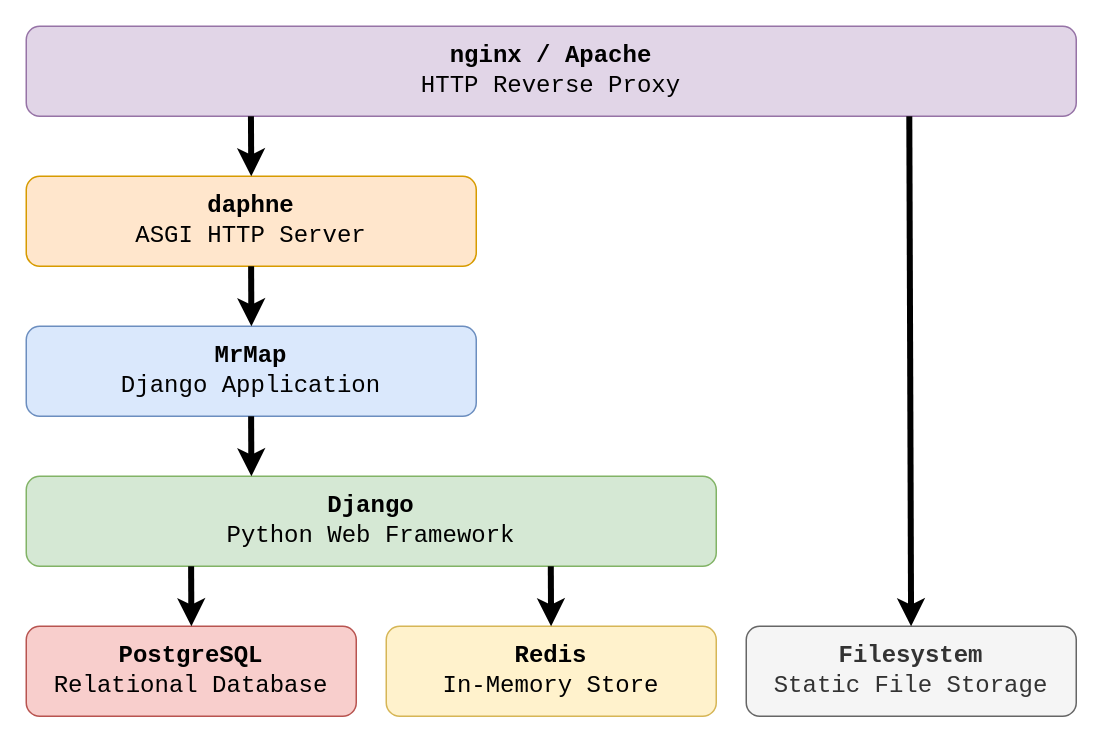
mrmap-community/mrmap keeps this draw.io diagram as docs/source/images/app_stack.drawio. Above is the earlier version. Source tidied: cells renumbered, new cells numbered last; positions are measured from the earlier drawing's top-left corner, leaving out a move shared by most shapes. Both pictures are drawn from the tidied source at 150%, with x=0, y=0 at pixel (26, 26).
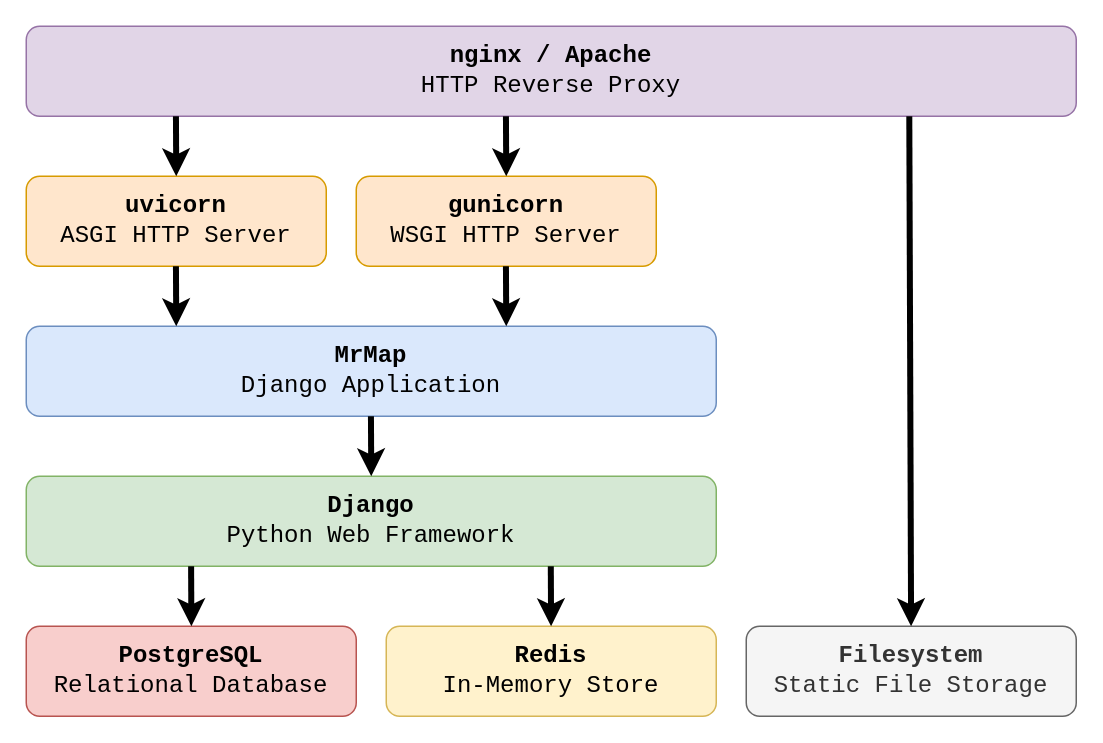
The same diagram, later.

Commit message (it also covers changes not shown here):
update docs for production setup with gunicorn and uvicorn

The change refers to these unchanged cells:
```xml
<mxCell id="2" value="&lt;div style=&quot;font-size: 16px&quot;&gt;&lt;font&gt;&lt;b style=&quot;font-size: 16px&quot;&gt;&lt;font style=&quot;font-size: 16px&quot;&gt;nginx / Apache&lt;/font&gt;&lt;/b&gt;&lt;/font&gt;&lt;/div&gt;&lt;div style=&quot;font-size: 16px&quot;&gt;&lt;font style=&quot;font-size: 16px&quot;&gt;HTTP Reverse Proxy&lt;br style=&quot;font-size: 16px&quot;&gt;&lt;/font&gt;&lt;/div&gt;" style="rounded=1;whiteSpace=wrap;html=1;fillColor=#e1d5e7;strokeColor=#9673a6;fontFamily=Courier New;fontSize=16;" parent="1" vertex="1">
  <mxGeometry width="700" height="60" as="geometry" />
</mxCell>
```

What changed in the source:
```diff
@@
-    <mxCell id="3" value="&lt;div style=&quot;font-size: 16px&quot;&gt;&lt;b&gt;daphne&lt;/b&gt;&lt;/div&gt;&lt;div style=&quot;font-size: 16px&quot;&gt;&lt;font&gt;ASGI HTTP Server&lt;/font&gt;&lt;font style=&quot;font-size: 16px&quot;&gt;&lt;br style=&quot;font-size: 16px&quot;&gt;&lt;/font&gt;&lt;/div&gt;" style="rounded=1;whiteSpace=wrap;html=1;fillColor=#ffe6cc;strokeColor=#d79b00;fontFamily=Courier New;fontSize=16;" parent="1" vertex="1">
-      <mxGeometry y="100" width="300" height="60" as="geometry" />
+    <mxCell id="3" value="&lt;div style=&quot;font-size: 16px&quot;&gt;&lt;span&gt;&lt;b&gt;uvicorn&lt;/b&gt;&lt;/span&gt;&lt;/div&gt;&lt;div style=&quot;font-size: 16px&quot;&gt;&lt;span&gt;ASGI HTTP Server&lt;/span&gt;&lt;br&gt;&lt;/div&gt;" style="rounded=1;whiteSpace=wrap;html=1;fillColor=#ffe6cc;strokeColor=#d79b00;fontFamily=Courier New;fontSize=16;" parent="1" vertex="1">
+      <mxGeometry y="100" width="200" height="60" as="geometry" />
     </mxCell>
     <mxCell id="4" value="&lt;div style=&quot;font-size: 16px&quot;&gt;&lt;b&gt;MrMap&lt;/b&gt;&lt;/div&gt;&lt;div style=&quot;font-size: 16px&quot;&gt;&lt;font&gt;Django Application&lt;/font&gt;&lt;font style=&quot;font-size: 16px&quot;&gt;&lt;br style=&quot;font-size: 16px&quot;&gt;&lt;/font&gt;&lt;/div&gt;" style="rounded=1;whiteSpace=wrap;html=1;fillColor=#dae8fc;strokeColor=#6c8ebf;fontFamily=Courier New;fontSize=16;" parent="1" vertex="1">
-      <mxGeometry y="200" width="300" height="60" as="geometry" />
+      <mxGeometry y="200" width="460" height="60" as="geometry" />
     </mxCell>
@@
-    <mxCell id="9" style="endArrow=classic;html=1;fontFamily=Verdana;fontSize=16;entryX=0.5;entryY=0;entryDx=0;entryDy=0;exitX=0.214;exitY=1;exitDx=0;exitDy=0;exitPerimeter=0;strokeWidth=4;" parent="1" edge="1" source="2" target="3">
-      <mxGeometry relative="1" as="geometry" />
-    </mxCell>
     <mxCell id="10" style="endArrow=classic;html=1;fontFamily=Verdana;fontSize=16;entryX=0.5;entryY=0;entryDx=0;entryDy=0;exitX=0.214;exitY=1;exitDx=0;exitDy=0;exitPerimeter=0;strokeWidth=4;" parent="1" edge="1">
       <mxGeometry relative="1" as="geometry">
-        <mxPoint x="149.9" y="160" as="sourcePoint" />
-        <mxPoint x="150.1" y="200" as="targetPoint" />
+        <mxPoint x="99.8" y="160" as="sourcePoint" />
+        <mxPoint x="100" y="200" as="targetPoint" />
       </mxGeometry>
     </mxCell>
     <mxCell id="11" style="endArrow=classic;html=1;fontFamily=Verdana;fontSize=16;entryX=0.5;entryY=0;entryDx=0;entryDy=0;exitX=0.214;exitY=1;exitDx=0;exitDy=0;exitPerimeter=0;strokeWidth=4;" parent="1" edge="1">
       <mxGeometry relative="1" as="geometry">
-        <mxPoint x="149.9" y="260" as="sourcePoint" />
-        <mxPoint x="150.1" y="300" as="targetPoint" />
+        <mxPoint x="229.8" y="260" as="sourcePoint" />
+        <mxPoint x="230" y="300" as="targetPoint" />
       </mxGeometry>
     </mxCell>
@@
+    <mxCell id="15" value="&lt;div style=&quot;font-size: 16px&quot;&gt;&lt;b&gt;gunicorn&lt;/b&gt;&lt;/div&gt;&lt;div style=&quot;font-size: 16px&quot;&gt;&lt;font&gt;WSGI HTTP Server&lt;/font&gt;&lt;font style=&quot;font-size: 16px&quot;&gt;&lt;br style=&quot;font-size: 16px&quot;&gt;&lt;/font&gt;&lt;/div&gt;" style="rounded=1;whiteSpace=wrap;html=1;fillColor=#ffe6cc;strokeColor=#d79b00;fontFamily=Courier New;fontSize=16;" parent="1" vertex="1">
+      <mxGeometry x="220" y="100" width="200" height="60" as="geometry" />
+    </mxCell>
+    <mxCell id="16" style="endArrow=classic;html=1;fontFamily=Verdana;fontSize=16;entryX=0.5;entryY=0;entryDx=0;entryDy=0;exitX=0.214;exitY=1;exitDx=0;exitDy=0;exitPerimeter=0;strokeWidth=4;" parent="1" edge="1">
+      <mxGeometry relative="1" as="geometry">
+        <mxPoint x="99.8" y="60" as="sourcePoint" />
+        <mxPoint x="100" y="100" as="targetPoint" />
+      </mxGeometry>
+    </mxCell>
+    <mxCell id="17" style="endArrow=classic;html=1;fontFamily=Verdana;fontSize=16;entryX=0.5;entryY=0;entryDx=0;entryDy=0;exitX=0.214;exitY=1;exitDx=0;exitDy=0;exitPerimeter=0;strokeWidth=4;" parent="1" edge="1">
+      <mxGeometry relative="1" as="geometry">
+        <mxPoint x="319.8" y="60" as="sourcePoint" />
+        <mxPoint x="320" y="100" as="targetPoint" />
+      </mxGeometry>
+    </mxCell>
+    <mxCell id="18" style="endArrow=classic;html=1;fontFamily=Verdana;fontSize=16;entryX=0.5;entryY=0;entryDx=0;entryDy=0;exitX=0.214;exitY=1;exitDx=0;exitDy=0;exitPerimeter=0;strokeWidth=4;" parent="1" edge="1">
+      <mxGeometry relative="1" as="geometry">
+        <mxPoint x="319.8" y="160" as="sourcePoint" />
+        <mxPoint x="320" y="200" as="targetPoint" />
+      </mxGeometry>
+    </mxCell>
```
